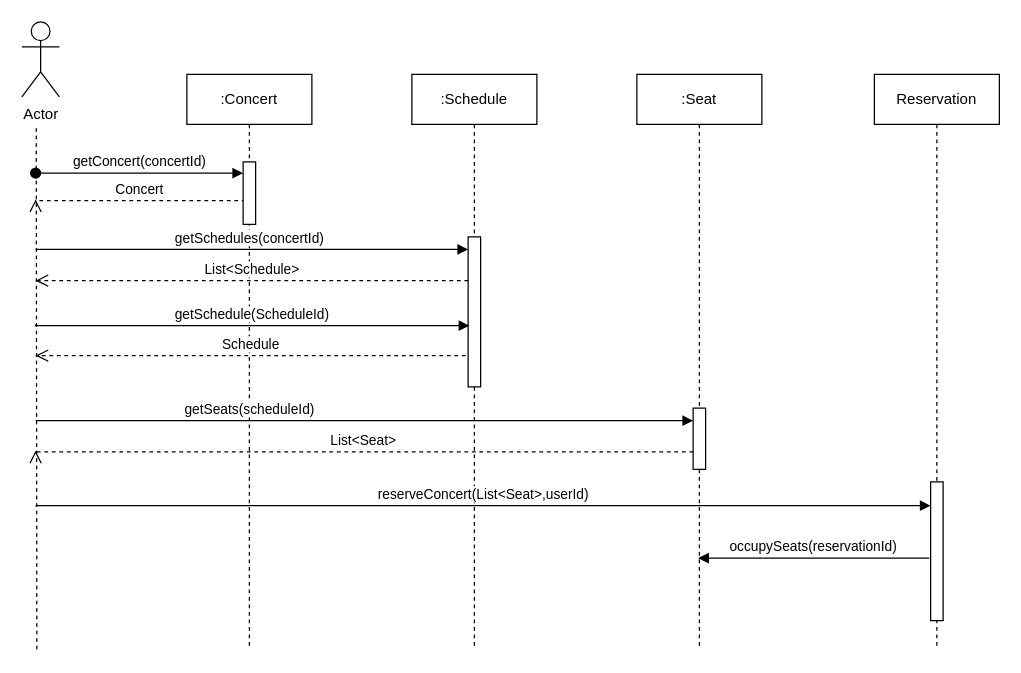
Above: doc/콘서트예매시퀀스.drawio in dalkjsdlf/concert-reservation (draw.io), before the change. Source tidied: cells renumbered, new cells numbered last; positions are measured from the earlier drawing's top-left corner, leaving out a move shared by most shapes. Both pictures are drawn from the tidied source at 125%, with x=0, y=0 at pixel (21, 21).
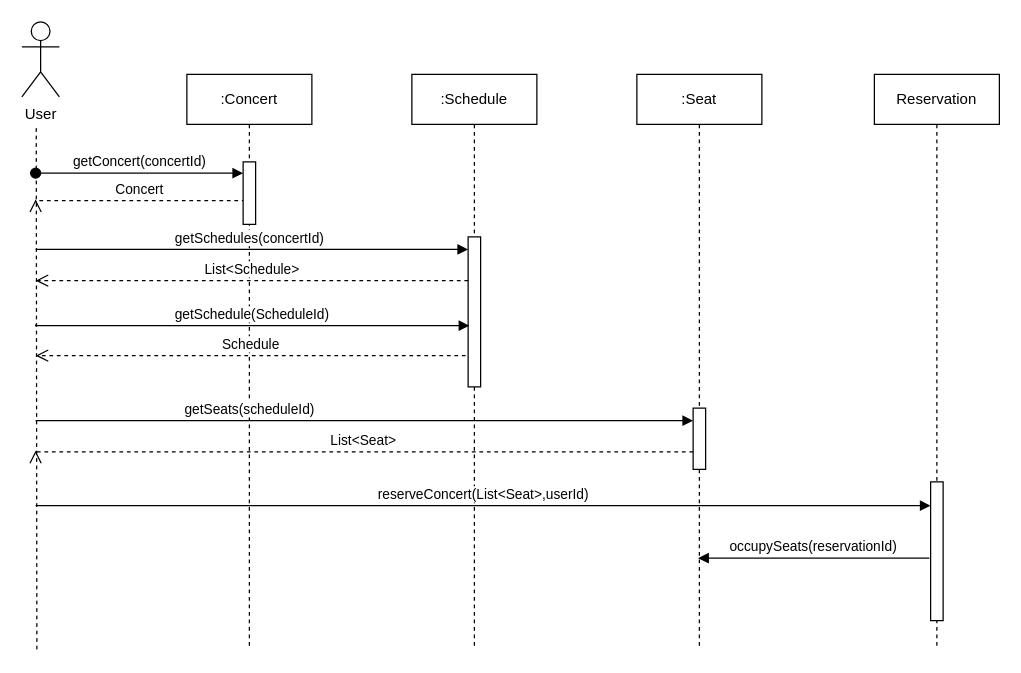
After the change.

Commit message (it also covers changes not shown here):
콘서트예매시퀀스.drawio 업데이트

What changed in the source:
```diff
@@
-    <mxCell id="10" value="Actor" style="shape=umlActor;verticalLabelPosition=bottom;verticalAlign=top;html=1;" parent="1" vertex="1">
+    <mxCell id="10" value="User" style="shape=umlActor;verticalLabelPosition=bottom;verticalAlign=top;html=1;" parent="1" vertex="1">
       <mxGeometry width="30" height="60" as="geometry" />
     </mxCell>
```
